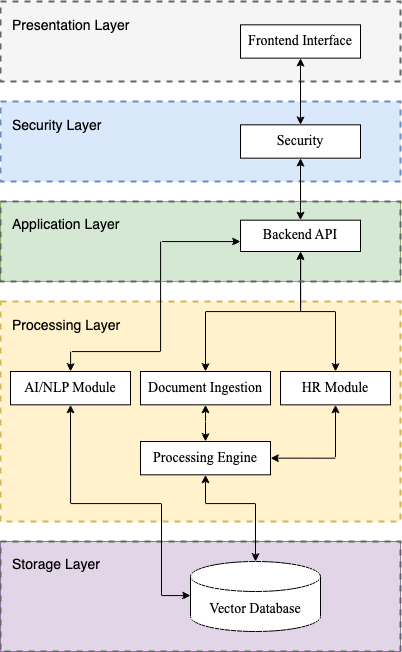
Above: src/images/architecture_diagram.png in zainulhassan815/fyp-docs-draft (draw.io), before the change. Source tidied: cells renumbered, new cells last; positions are measured from the earlier drawing's top-left corner, leaving out a move shared by most shapes.
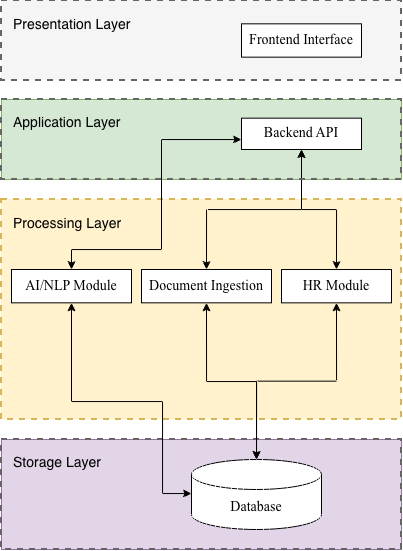
After the change.

Commit message:
Update diagrams and templates

What changed in the source:
```diff
@@ -3,11 +3,8 @@
     <mxCell id="0" />
     <mxCell id="1" parent="0" />
     <mxCell id="2" style="rounded=0;whiteSpace=wrap;html=1;dashed=1;fillColor=#f5f5f5;strokeWidth=2;strokeColor=#666666;glass=0;shadow=0;fontColor=#333333;" parent="1" vertex="1">
-      <mxGeometry width="400" height="80" as="geometry" />
+      <mxGeometry y="101" width="400" height="80" as="geometry" />
     </mxCell>
-    <mxCell id="3" style="group;align=left;strokeColor=#6c8ebf;dashed=1;strokeWidth=2;fillColor=#dae8fc;labelBackgroundColor=none;" parent="1" vertex="1">
-      <mxGeometry y="100" width="400" height="80" as="geometry" />
-    </mxCell>
     <mxCell id="4" style="group;fillColor=#e1d5e7;strokeColor=#9673a6;" parent="1" vertex="1">
       <mxGeometry y="540" width="400" height="110" as="geometry" />
     </mxCell>
@@ -17,7 +14,7 @@
     <mxCell id="6" value="Storage Layer" style="text;strokeColor=none;align=left;fillColor=none;html=1;verticalAlign=middle;whiteSpace=wrap;rounded=0;fontFamily=Helvetica;fontSize=14;" parent="4" vertex="1">
       <mxGeometry x="10" y="6.7" width="160" height="33.3" as="geometry" />
     </mxCell>
-    <mxCell id="7" value="Vector Database" style="shape=cylinder3;whiteSpace=wrap;html=1;boundedLbl=1;backgroundOutline=1;size=15;fontFamily=Times New Roman;fontSize=14;" parent="4" vertex="1">
+    <mxCell id="7" value="Database" style="shape=cylinder3;whiteSpace=wrap;html=1;boundedLbl=1;backgroundOutline=1;size=15;fontFamily=Times New Roman;fontSize=14;" parent="4" vertex="1">
       <mxGeometry x="190" y="20" width="130" height="70" as="geometry" />
     </mxCell>
     <mxCell id="8" style="group;fillColor=#d5e8d4;strokeColor=#82b366;" parent="1" vertex="1">
@@ -32,35 +29,23 @@
     <mxCell id="11" value="AI/NLP Module" style="rounded=0;whiteSpace=wrap;html=1;fontSize=14;fontStyle=0;fontFamily=Times New Roman;" parent="1" vertex="1">
       <mxGeometry x="10" y="370" width="120" height="33.3" as="geometry" />
     </mxCell>
-    <mxCell id="12" style="edgeStyle=orthogonalEdgeStyle;rounded=0;jettySize=auto;html=1;entryX=0.5;entryY=0;entryDx=0;entryDy=0;startArrow=classic;startFill=1;" parent="1" edge="1" source="13" target="17">
-      <mxGeometry relative="1" as="geometry" />
-    </mxCell>
     <mxCell id="13" value="Document Ingestion" style="rounded=0;whiteSpace=wrap;html=1;fontSize=14;fontStyle=0;fontFamily=Times New Roman;" parent="1" vertex="1">
       <mxGeometry x="140" y="370" width="130" height="33.3" as="geometry" />
     </mxCell>
-    <mxCell id="14" style="edgeStyle=orthogonalEdgeStyle;rounded=0;jettySize=auto;html=1;entryX=1;entryY=0.5;entryDx=0;entryDy=0;exitX=0.5;exitY=1;exitDx=0;exitDy=0;startArrow=classic;startFill=1;" parent="1" edge="1" source="15" target="17">
+    <mxCell id="14" style="edgeStyle=orthogonalEdgeStyle;rounded=0;jettySize=auto;html=1;entryX=0.5;entryY=0;entryDx=0;entryDy=0;exitX=0.5;exitY=1;exitDx=0;exitDy=0;startArrow=classic;startFill=1;entryPerimeter=0;" parent="1" edge="1" source="15" target="7">
       <mxGeometry relative="1" as="geometry" />
     </mxCell>
     <mxCell id="15" value="HR Module" style="rounded=0;whiteSpace=wrap;html=1;fontSize=14;fontStyle=0;fontFamily=Times New Roman;" parent="1" vertex="1">
       <mxGeometry x="280" y="370" width="110" height="33.3" as="geometry" />
     </mxCell>
-    <mxCell id="16" style="edgeStyle=orthogonalEdgeStyle;rounded=0;jettySize=auto;html=1;startArrow=classic;startFill=1;" parent="1" edge="1" source="17" target="7">
+    <mxCell id="16" style="edgeStyle=orthogonalEdgeStyle;rounded=0;jettySize=auto;html=1;startArrow=classic;startFill=1;exitX=0.5;exitY=1;exitDx=0;exitDy=0;" parent="1" edge="1" source="13" target="7">
       <mxGeometry relative="1" as="geometry">
         <Array as="points">
-          <mxPoint x="205" y="502" />
-          <mxPoint x="255" y="502" />
+          <mxPoint x="205" y="482" />
+          <mxPoint x="255" y="482" />
         </Array>
       </mxGeometry>
     </mxCell>
-    <mxCell id="17" value="Processing Engine" style="rounded=0;whiteSpace=wrap;html=1;fontSize=14;fontStyle=0;fontFamily=Times New Roman;" parent="1" vertex="1">
-      <mxGeometry x="140" y="440" width="130" height="33.3" as="geometry" />
-    </mxCell>
-    <mxCell id="18" style="edgeStyle=orthogonalEdgeStyle;rounded=0;jettySize=auto;html=1;entryX=0.5;entryY=0;entryDx=0;entryDy=0;startArrow=classic;startFill=1;" parent="1" edge="1" source="29" target="27">
-      <mxGeometry relative="1" as="geometry" />
-    </mxCell>
-    <mxCell id="19" style="edgeStyle=orthogonalEdgeStyle;rounded=0;jettySize=auto;html=1;entryX=0.5;entryY=0;entryDx=0;entryDy=0;startArrow=classic;startFill=1;" parent="1" edge="1" source="27" target="25">
-      <mxGeometry relative="1" as="geometry" />
-    </mxCell>
     <mxCell id="20" style="edgeStyle=orthogonalEdgeStyle;rounded=0;jettySize=auto;html=1;entryX=0.5;entryY=0;entryDx=0;entryDy=0;startArrow=classic;startFill=1;" parent="1" edge="1" source="25" target="15">
       <mxGeometry relative="1" as="geometry" />
     </mxCell>
@@ -85,17 +70,11 @@
     <mxCell id="25" value="&lt;font style=&quot;font-size: 14px;&quot; face=&quot;Times New Roman&quot;&gt;Backend API&lt;/font&gt;" style="rounded=0;whiteSpace=wrap;html=1;fontSize=12;fontStyle=0;" parent="1" vertex="1">
       <mxGeometry x="240" y="218.7" width="120" height="31.3" as="geometry" />
     </mxCell>
-    <mxCell id="26" value="Security Layer" style="text;strokeColor=none;align=left;fillColor=none;html=1;verticalAlign=middle;whiteSpace=wrap;rounded=0;fontFamily=Helvetica;fontSize=14;" parent="1" vertex="1">
-      <mxGeometry x="10" y="108.3" width="160" height="31.7" as="geometry" />
-    </mxCell>
-    <mxCell id="27" value="Security" style="rounded=0;whiteSpace=wrap;html=1;fontSize=14;fontStyle=0;fontFamily=Times New Roman;strokeColor=default;" parent="1" vertex="1">
-      <mxGeometry x="240" y="123.3" width="120" height="33.3" as="geometry" />
-    </mxCell>
     <mxCell id="28" value="Presentation Layer" style="text;strokeColor=none;align=left;fillColor=none;html=1;verticalAlign=middle;whiteSpace=wrap;rounded=0;fontFamily=Helvetica;fontSize=14;" parent="1" vertex="1">
-      <mxGeometry x="10" y="8.3" width="160" height="31.7" as="geometry" />
+      <mxGeometry x="10" y="109.3" width="160" height="31.7" as="geometry" />
     </mxCell>
     <mxCell id="29" value="Frontend Interface" style="rounded=0;whiteSpace=wrap;html=1;fontSize=14;fontStyle=0;fontFamily=Times New Roman;" parent="1" vertex="1">
-      <mxGeometry x="240" y="23.3" width="120" height="33.3" as="geometry" />
+      <mxGeometry x="240" y="124.3" width="120" height="33.3" as="geometry" />
     </mxCell>
     <mxCell id="30" style="edgeStyle=orthogonalEdgeStyle;rounded=0;jettySize=auto;html=1;entryX=0;entryY=0.5;entryDx=0;entryDy=0;entryPerimeter=0;exitX=0.5;exitY=1;exitDx=0;exitDy=0;startArrow=classic;startFill=1;" parent="1" edge="1" source="11" target="7">
       <mxGeometry relative="1" as="geometry">
```
